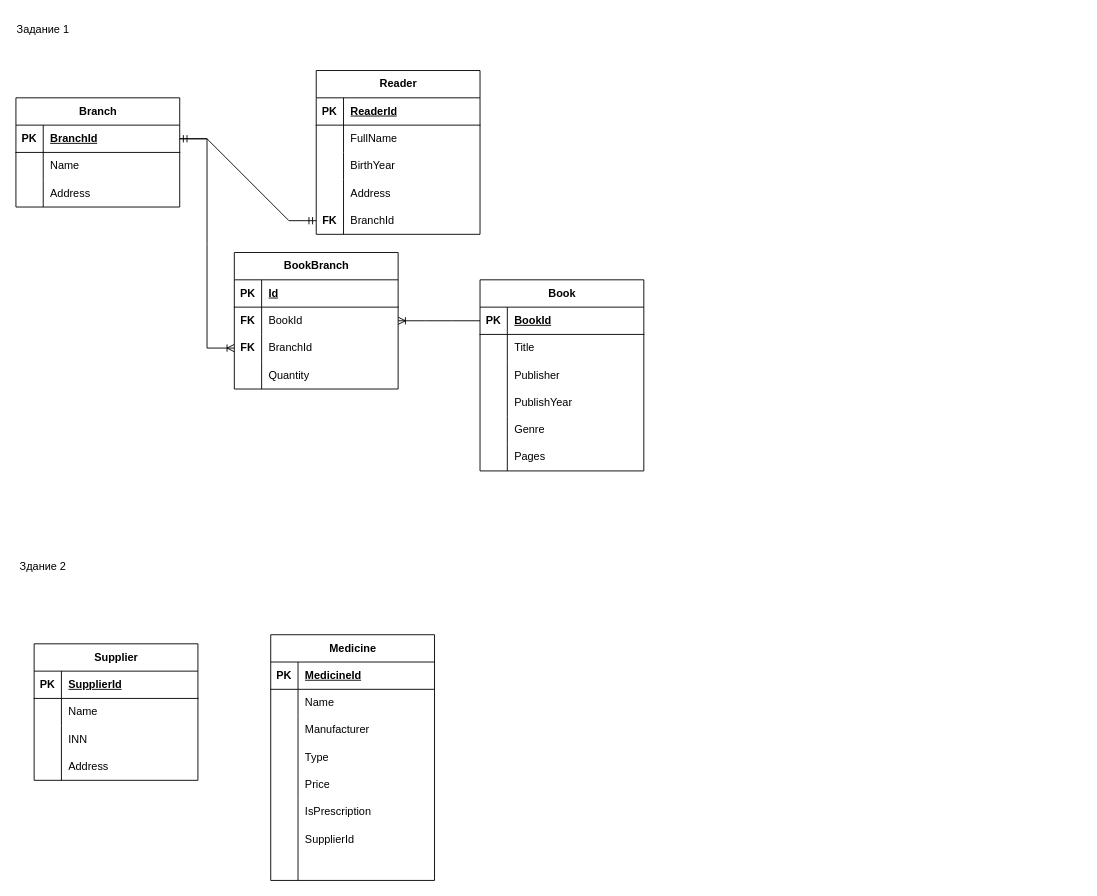
This is задание_7_эля.drawio from lasm16/Diagrams, a draw.io file, before an edit. Source tidied: cells renumbered, new cells numbered last; positions are measured from the earlier drawing's top-left corner, leaving out a move shared by most shapes. Both pictures are drawn from the tidied source at 91%, with x=0, y=0 at pixel (15, 15).
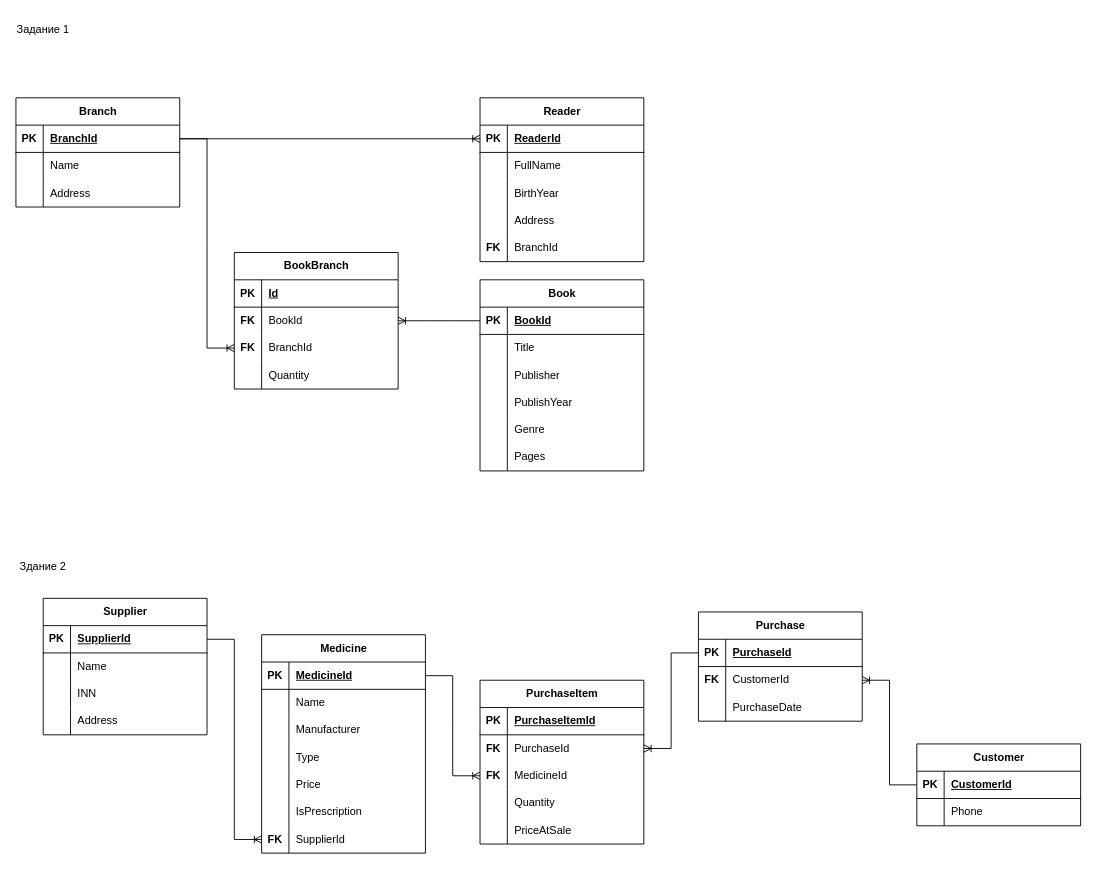
After the change.

Unchanged cells that the change refers to:
```xml
<mxCell id="3" style="shape=tableRow;horizontal=0;startSize=0;swimlaneHead=0;swimlaneBody=0;fillColor=none;points=[[0,0.5],[1,0.5]];portConstraint=eastwest;top=0;left=0;right=0;bottom=1;" parent="2" vertex="1">
  <mxGeometry y="30" width="180" height="30" as="geometry" />
</mxCell>
<mxCell id="13" style="shape=tableRow;horizontal=0;startSize=0;swimlaneHead=0;swimlaneBody=0;fillColor=none;points=[[0,0.5],[1,0.5]];portConstraint=eastwest;top=0;left=0;right=0;bottom=1;" parent="12" vertex="1">
  <mxGeometry y="30" width="180" height="30" as="geometry" />
</mxCell>
<mxCell id="25" style="shape=tableRow;horizontal=0;startSize=0;swimlaneHead=0;swimlaneBody=0;fillColor=none;points=[[0,0.5],[1,0.5]];portConstraint=eastwest;top=0;left=0;right=0;bottom=0;" parent="12" vertex="1">
  <mxGeometry y="150" width="180" height="30" as="geometry" />
</mxCell>
<mxCell id="66" style="shape=tableRow;horizontal=0;startSize=0;swimlaneHead=0;swimlaneBody=0;fillColor=none;points=[[0,0.5],[1,0.5]];portConstraint=eastwest;top=0;left=0;right=0;bottom=1;" parent="65" vertex="1">
  <mxGeometry y="30" width="180" height="30" as="geometry" />
</mxCell>
<mxCell id="79" style="shape=tableRow;horizontal=0;startSize=0;swimlaneHead=0;swimlaneBody=0;fillColor=none;points=[[0,0.5],[1,0.5]];portConstraint=eastwest;top=0;left=0;right=0;bottom=1;" parent="78" vertex="1">
  <mxGeometry y="30" width="180" height="30" as="geometry" />
</mxCell>
<mxCell id="97" style="shape=tableRow;horizontal=0;startSize=0;swimlaneHead=0;swimlaneBody=0;fillColor=none;points=[[0,0.5],[1,0.5]];portConstraint=eastwest;top=0;left=0;right=0;bottom=0;" parent="78" vertex="1">
  <mxGeometry y="210" width="180" height="30" as="geometry" />
</mxCell>
```

The edit, as a diff of the source:
```diff
@@
     <mxCell id="12" value="Reader" style="shape=table;startSize=30;childLayout=tableLayout;rowLines=0;fontStyle=1;align=center;html=1;" parent="1" vertex="1">
-      <mxGeometry x="330" y="60" width="180" height="180" as="geometry" />
+      <mxGeometry x="510" y="90" width="180" height="180" as="geometry" />
     </mxCell>
@@
-    <mxCell id="28" style="edgeStyle=entityRelationEdgeStyle;fontSize=12;html=1;endArrow=ERmandOne;startArrow=ERmandOne;rounded=0;" parent="1" edge="1" source="3" target="25">
-      <mxGeometry relative="1" as="geometry" />
-    </mxCell>
@@
     <mxCell id="65" value="Supplier" style="shape=table;startSize=30;childLayout=tableLayout;rowLines=0;fontStyle=1;align=center;html=1;" parent="1" vertex="1">
-      <mxGeometry x="20" y="690" width="180" height="150" as="geometry" />
+      <mxGeometry x="30" y="640" width="180" height="150" as="geometry" />
     </mxCell>
@@
     <mxCell id="78" value="Medicine" style="shape=table;startSize=30;childLayout=tableLayout;rowLines=0;fontStyle=1;align=center;html=1;" parent="1" vertex="1">
-      <mxGeometry x="280" y="680" width="180" height="270" as="geometry" />
+      <mxGeometry x="270" y="680" width="180" height="240" as="geometry" />
     </mxCell>
@@
-    <mxCell id="98" style="shape=partialRectangle;fillColor=none;top=0;left=0;bottom=0;right=0;overflow=hidden;whiteSpace=wrap;html=1;" parent="97" vertex="1">
+    <mxCell id="98" value="&lt;b&gt;FK&lt;/b&gt;" style="shape=partialRectangle;fillColor=none;top=0;left=0;bottom=0;right=0;overflow=hidden;whiteSpace=wrap;html=1;" parent="97" vertex="1">
       <mxGeometry width="30" height="30" as="geometry" />
     </mxCell>
@@
-    <mxCell id="100" style="shape=tableRow;horizontal=0;startSize=0;swimlaneHead=0;swimlaneBody=0;fillColor=none;top=0;left=0;right=0;bottom=0;" parent="78" vertex="1">
-      <mxGeometry y="240" width="180" height="30" as="geometry" />
-    </mxCell>
-    <mxCell id="101" style="shape=partialRectangle;fillColor=none;top=0;left=0;bottom=0;right=0;overflow=hidden;whiteSpace=wrap;html=1;" parent="100" vertex="1">
-      <mxGeometry width="30" height="30" as="geometry" />
-    </mxCell>
-    <mxCell id="102" style="shape=partialRectangle;fillColor=none;top=0;left=0;bottom=0;right=0;align=left;spacingLeft=6;overflow=hidden;whiteSpace=wrap;html=1;" parent="100" vertex="1">
-      <mxGeometry x="30" width="150" height="30" as="geometry" />
-    </mxCell>
+    <mxCell id="103" value="Customer" style="shape=table;startSize=30;childLayout=tableLayout;rowLines=0;fontStyle=1;align=center;html=1;" parent="1" vertex="1">
+      <mxGeometry x="990" y="800" width="180" height="90" as="geometry" />
+    </mxCell>
+    <mxCell id="104" style="shape=tableRow;horizontal=0;startSize=0;swimlaneHead=0;swimlaneBody=0;fillColor=none;points=[[0,0.5],[1,0.5]];portConstraint=eastwest;top=0;left=0;right=0;bottom=1;" parent="103" vertex="1">
+      <mxGeometry y="30" width="180" height="30" as="geometry" />
+    </mxCell>
+    <mxCell id="105" value="PK" style="shape=partialRectangle;fillColor=none;top=0;left=0;bottom=0;right=0;fontStyle=1;overflow=hidden;whiteSpace=wrap;html=1;" parent="104" vertex="1">
+      <mxGeometry width="30" height="30" as="geometry" />
+    </mxCell>
+    <mxCell id="106" value="CustomerId " style="shape=partialRectangle;fillColor=none;top=0;left=0;bottom=0;right=0;align=left;spacingLeft=6;fontStyle=5;overflow=hidden;whiteSpace=wrap;html=1;" parent="104" vertex="1">
+      <mxGeometry x="30" width="150" height="30" as="geometry" />
+    </mxCell>
+    <mxCell id="107" style="shape=tableRow;horizontal=0;startSize=0;swimlaneHead=0;swimlaneBody=0;fillColor=none;top=0;left=0;right=0;bottom=0;" parent="103" vertex="1">
+      <mxGeometry y="60" width="180" height="30" as="geometry" />
+    </mxCell>
+    <mxCell id="108" style="shape=partialRectangle;fillColor=none;top=0;left=0;bottom=0;right=0;overflow=hidden;whiteSpace=wrap;html=1;" parent="107" vertex="1">
+      <mxGeometry width="30" height="30" as="geometry" />
+    </mxCell>
+    <mxCell id="109" value="Phone" style="shape=partialRectangle;fillColor=none;top=0;left=0;bottom=0;right=0;align=left;spacingLeft=6;overflow=hidden;whiteSpace=wrap;html=1;" parent="107" vertex="1">
+      <mxGeometry x="30" width="150" height="30" as="geometry" />
+    </mxCell>
+    <mxCell id="110" value="Purchase" style="shape=table;startSize=30;childLayout=tableLayout;rowLines=0;fontStyle=1;align=center;html=1;" parent="1" vertex="1">
+      <mxGeometry x="750" y="655" width="180" height="120" as="geometry" />
+    </mxCell>
+    <mxCell id="111" style="shape=tableRow;horizontal=0;startSize=0;swimlaneHead=0;swimlaneBody=0;fillColor=none;points=[[0,0.5],[1,0.5]];portConstraint=eastwest;top=0;left=0;right=0;bottom=1;" parent="110" vertex="1">
+      <mxGeometry y="30" width="180" height="30" as="geometry" />
+    </mxCell>
+    <mxCell id="112" value="PK" style="shape=partialRectangle;fillColor=none;top=0;left=0;bottom=0;right=0;fontStyle=1;overflow=hidden;whiteSpace=wrap;html=1;" parent="111" vertex="1">
+      <mxGeometry width="30" height="30" as="geometry" />
+    </mxCell>
+    <mxCell id="113" value="PurchaseId " style="shape=partialRectangle;fillColor=none;top=0;left=0;bottom=0;right=0;align=left;spacingLeft=6;fontStyle=5;overflow=hidden;whiteSpace=wrap;html=1;" parent="111" vertex="1">
+      <mxGeometry x="30" width="150" height="30" as="geometry" />
+    </mxCell>
+    <mxCell id="114" style="shape=tableRow;horizontal=0;startSize=0;swimlaneHead=0;swimlaneBody=0;fillColor=none;points=[[0,0.5],[1,0.5]];portConstraint=eastwest;top=0;left=0;right=0;bottom=0;" parent="110" vertex="1">
+      <mxGeometry y="60" width="180" height="30" as="geometry" />
+    </mxCell>
+    <mxCell id="115" value="&lt;b&gt;FK&lt;/b&gt;" style="shape=partialRectangle;fillColor=none;top=0;left=0;bottom=0;right=0;overflow=hidden;whiteSpace=wrap;html=1;" parent="114" vertex="1">
+      <mxGeometry width="30" height="30" as="geometry" />
+    </mxCell>
+    <mxCell id="116" value="CustomerId " style="shape=partialRectangle;fillColor=none;top=0;left=0;bottom=0;right=0;align=left;spacingLeft=6;overflow=hidden;whiteSpace=wrap;html=1;" parent="114" vertex="1">
+      <mxGeometry x="30" width="150" height="30" as="geometry" />
+    </mxCell>
+    <mxCell id="117" style="shape=tableRow;horizontal=0;startSize=0;swimlaneHead=0;swimlaneBody=0;fillColor=none;top=0;left=0;right=0;bottom=0;" parent="110" vertex="1">
+      <mxGeometry y="90" width="180" height="30" as="geometry" />
+    </mxCell>
+    <mxCell id="118" style="shape=partialRectangle;fillColor=none;top=0;left=0;bottom=0;right=0;overflow=hidden;whiteSpace=wrap;html=1;" parent="117" vertex="1">
+      <mxGeometry width="30" height="30" as="geometry" />
+    </mxCell>
+    <mxCell id="119" value="PurchaseDate" style="shape=partialRectangle;fillColor=none;top=0;left=0;bottom=0;right=0;align=left;spacingLeft=6;overflow=hidden;whiteSpace=wrap;html=1;" parent="117" vertex="1">
+      <mxGeometry x="30" width="150" height="30" as="geometry" />
+    </mxCell>
+    <mxCell id="120" value="PurchaseItem" style="shape=table;startSize=30;childLayout=tableLayout;rowLines=0;fontStyle=1;align=center;html=1;" parent="1" vertex="1">
+      <mxGeometry x="510" y="730" width="180" height="180" as="geometry" />
+    </mxCell>
+    <mxCell id="121" style="shape=tableRow;horizontal=0;startSize=0;swimlaneHead=0;swimlaneBody=0;fillColor=none;top=0;left=0;right=0;bottom=1;" parent="120" vertex="1">
+      <mxGeometry y="30" width="180" height="30" as="geometry" />
+    </mxCell>
+    <mxCell id="122" value="PK" style="shape=partialRectangle;fillColor=none;top=0;left=0;bottom=0;right=0;fontStyle=1;overflow=hidden;whiteSpace=wrap;html=1;" parent="121" vertex="1">
+      <mxGeometry width="30" height="30" as="geometry" />
+    </mxCell>
+    <mxCell id="123" value="PurchaseItemId " style="shape=partialRectangle;fillColor=none;top=0;left=0;bottom=0;right=0;align=left;spacingLeft=6;fontStyle=5;overflow=hidden;whiteSpace=wrap;html=1;" parent="121" vertex="1">
+      <mxGeometry x="30" width="150" height="30" as="geometry" />
+    </mxCell>
+    <mxCell id="124" style="shape=tableRow;horizontal=0;startSize=0;swimlaneHead=0;swimlaneBody=0;fillColor=none;points=[[0,0.5],[1,0.5]];portConstraint=eastwest;top=0;left=0;right=0;bottom=0;" parent="120" vertex="1">
+      <mxGeometry y="60" width="180" height="30" as="geometry" />
+    </mxCell>
+    <mxCell id="125" value="&lt;b&gt;FK&lt;/b&gt;" style="shape=partialRectangle;fillColor=none;top=0;left=0;bottom=0;right=0;overflow=hidden;whiteSpace=wrap;html=1;" parent="124" vertex="1">
+      <mxGeometry width="30" height="30" as="geometry" />
+    </mxCell>
+    <mxCell id="126" value="PurchaseId " style="shape=partialRectangle;fillColor=none;top=0;left=0;bottom=0;right=0;align=left;spacingLeft=6;overflow=hidden;whiteSpace=wrap;html=1;" parent="124" vertex="1">
+      <mxGeometry x="30" width="150" height="30" as="geometry" />
+    </mxCell>
+    <mxCell id="127" style="shape=tableRow;horizontal=0;startSize=0;swimlaneHead=0;swimlaneBody=0;fillColor=none;points=[[0,0.5],[1,0.5]];portConstraint=eastwest;top=0;left=0;right=0;bottom=0;" parent="120" vertex="1">
+      <mxGeometry y="90" width="180" height="30" as="geometry" />
+    </mxCell>
+    <mxCell id="128" value="&lt;b&gt;FK&lt;/b&gt;" style="shape=partialRectangle;fillColor=none;top=0;left=0;bottom=0;right=0;overflow=hidden;whiteSpace=wrap;html=1;" parent="127" vertex="1">
+      <mxGeometry width="30" height="30" as="geometry" />
+    </mxCell>
+    <mxCell id="129" value="MedicineId " style="shape=partialRectangle;fillColor=none;top=0;left=0;bottom=0;right=0;align=left;spacingLeft=6;overflow=hidden;whiteSpace=wrap;html=1;" parent="127" vertex="1">
+      <mxGeometry x="30" width="150" height="30" as="geometry" />
+    </mxCell>
+    <mxCell id="130" style="shape=tableRow;horizontal=0;startSize=0;swimlaneHead=0;swimlaneBody=0;fillColor=none;top=0;left=0;right=0;bottom=0;" parent="120" vertex="1">
+      <mxGeometry y="120" width="180" height="30" as="geometry" />
+    </mxCell>
+    <mxCell id="131" style="shape=partialRectangle;fillColor=none;top=0;left=0;bottom=0;right=0;overflow=hidden;whiteSpace=wrap;html=1;" parent="130" vertex="1">
+      <mxGeometry width="30" height="30" as="geometry" />
+    </mxCell>
+    <mxCell id="132" value="Quantity" style="shape=partialRectangle;fillColor=none;top=0;left=0;bottom=0;right=0;align=left;spacingLeft=6;overflow=hidden;whiteSpace=wrap;html=1;" parent="130" vertex="1">
+      <mxGeometry x="30" width="150" height="30" as="geometry" />
+    </mxCell>
+    <mxCell id="133" style="shape=tableRow;horizontal=0;startSize=0;swimlaneHead=0;swimlaneBody=0;fillColor=none;top=0;left=0;right=0;bottom=0;" parent="120" vertex="1">
+      <mxGeometry y="150" width="180" height="30" as="geometry" />
+    </mxCell>
+    <mxCell id="134" style="shape=partialRectangle;fillColor=none;top=0;left=0;bottom=0;right=0;overflow=hidden;whiteSpace=wrap;html=1;" parent="133" vertex="1">
+      <mxGeometry width="30" height="30" as="geometry" />
+    </mxCell>
+    <mxCell id="135" value="PriceAtSale" style="shape=partialRectangle;fillColor=none;top=0;left=0;bottom=0;right=0;align=left;spacingLeft=6;overflow=hidden;whiteSpace=wrap;html=1;" parent="133" vertex="1">
+      <mxGeometry x="30" width="150" height="30" as="geometry" />
+    </mxCell>
+    <mxCell id="136" style="edgeStyle=entityRelationEdgeStyle;fontSize=12;html=1;endArrow=ERoneToMany;rounded=0;" parent="1" edge="1" source="3" target="13">
+      <mxGeometry relative="1" as="geometry" />
+    </mxCell>
+    <mxCell id="137" style="edgeStyle=entityRelationEdgeStyle;fontSize=12;html=1;endArrow=ERoneToMany;rounded=0;" parent="1" edge="1" source="66" target="97">
+      <mxGeometry relative="1" as="geometry" />
+    </mxCell>
+    <mxCell id="138" style="edgeStyle=entityRelationEdgeStyle;fontSize=12;html=1;endArrow=ERoneToMany;rounded=0;" parent="1" edge="1" source="79" target="127">
+      <mxGeometry relative="1" as="geometry" />
+    </mxCell>
+    <mxCell id="139" style="edgeStyle=entityRelationEdgeStyle;fontSize=12;html=1;endArrow=ERoneToMany;rounded=0;" parent="1" edge="1" source="111" target="124">
+      <mxGeometry relative="1" as="geometry" />
+    </mxCell>
+    <mxCell id="140" style="edgeStyle=entityRelationEdgeStyle;fontSize=12;html=1;endArrow=ERoneToMany;rounded=0;" parent="1" edge="1" source="104" target="114">
+      <mxGeometry relative="1" as="geometry" />
+    </mxCell>
```
